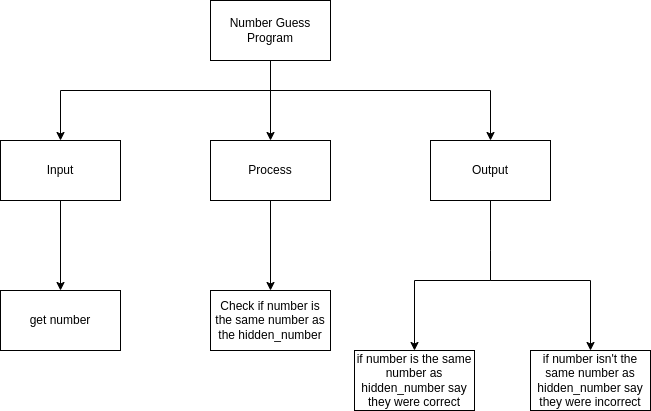
Earlier version of the draw.io export TopDown.png (Ethan-Prieur1/ICS3U-Unit4-04-Python). Source tidied: cells renumbered, new cells last; positions are measured from the earlier drawing's top-left corner, leaving out a move shared by most shapes.
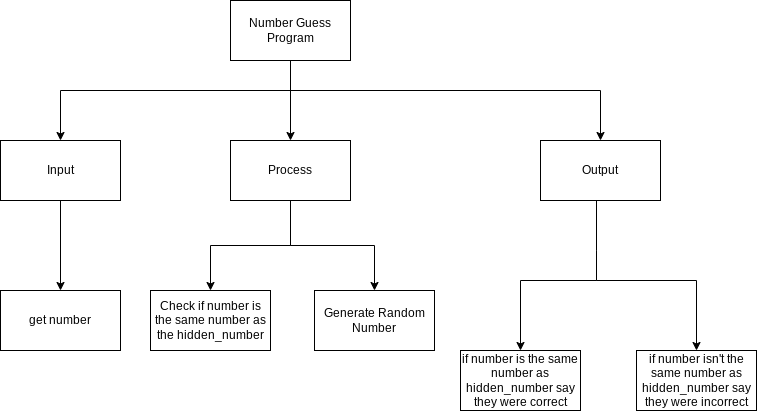
After the change.

The edit, as a diff of the source:
```diff
@@ -11,7 +11,7 @@
       <mxGeometry relative="1" as="geometry">
         <Array as="points">
           <mxPoint x="270" y="90" />
-          <mxPoint x="60" y="90" />
+          <mxPoint x="40" y="90" />
         </Array>
       </mxGeometry>
     </mxCell>
@@ -19,7 +19,7 @@
       <mxGeometry relative="1" as="geometry">
         <Array as="points">
           <mxPoint x="270" y="90" />
-          <mxPoint x="490" y="90" />
+          <mxPoint x="580" y="90" />
         </Array>
       </mxGeometry>
     </mxCell>
@@ -30,55 +30,61 @@
       <mxGeometry relative="1" as="geometry" />
     </mxCell>
     <mxCell id="7" value="Input" style="rounded=0;whiteSpace=wrap;html=1;" parent="1" vertex="1">
-      <mxGeometry y="140" width="120" height="60" as="geometry" />
+      <mxGeometry x="-20" y="140" width="120" height="60" as="geometry" />
     </mxCell>
-    <mxCell id="8" style="edgeStyle=none;html=1;" parent="1" edge="1" source="9" target="12">
+    <mxCell id="8" style="edgeStyle=orthogonalEdgeStyle;html=1;rounded=0;" parent="1" edge="1" source="9" target="12">
       <mxGeometry relative="1" as="geometry" />
     </mxCell>
+    <mxCell id="18" style="edgeStyle=orthogonalEdgeStyle;html=1;exitX=0.5;exitY=1;exitDx=0;exitDy=0;rounded=0;" parent="1" edge="1" source="9" target="19">
+      <mxGeometry relative="1" as="geometry" />
+    </mxCell>
     <mxCell id="9" value="Process" style="rounded=0;whiteSpace=wrap;html=1;" parent="1" vertex="1">
       <mxGeometry x="210" y="140" width="120" height="60" as="geometry" />
     </mxCell>
     <mxCell id="10" value="Output" style="rounded=0;whiteSpace=wrap;html=1;" parent="1" vertex="1">
-      <mxGeometry x="430" y="140" width="120" height="60" as="geometry" />
+      <mxGeometry x="520" y="140" width="120" height="60" as="geometry" />
     </mxCell>
     <mxCell id="11" value="get number" style="rounded=0;whiteSpace=wrap;html=1;" parent="1" vertex="1">
-      <mxGeometry y="290" width="120" height="60" as="geometry" />
+      <mxGeometry x="-20" y="290" width="120" height="60" as="geometry" />
     </mxCell>
     <mxCell id="12" value="Check if number is the same number as the hidden_number" style="rounded=0;whiteSpace=wrap;html=1;" parent="1" vertex="1">
-      <mxGeometry x="210" y="290" width="120" height="60" as="geometry" />
+      <mxGeometry x="130" y="290" width="120" height="60" as="geometry" />
     </mxCell>
     <mxCell id="13" value="if number is the same number as hidden_number say they were correct" style="rounded=0;whiteSpace=wrap;html=1;" parent="1" vertex="1">
-      <mxGeometry x="354" y="350" width="120" height="60" as="geometry" />
+      <mxGeometry x="440" y="350" width="120" height="60" as="geometry" />
     </mxCell>
     <mxCell id="14" value="&lt;span&gt;if number isn't the same number as hidden_number say they were incorrect&lt;/span&gt;" style="rounded=0;whiteSpace=wrap;html=1;" parent="1" vertex="1">
-      <mxGeometry x="530" y="350" width="120" height="60" as="geometry" />
+      <mxGeometry x="616" y="350" width="120" height="60" as="geometry" />
     </mxCell>
     <mxCell id="15" style="edgeStyle=orthogonalEdgeStyle;shape=connector;rounded=0;jumpStyle=line;html=1;labelBackgroundColor=default;fontFamily=Helvetica;fontSize=11;fontColor=default;endArrow=classic;strokeColor=default;entryX=0.5;entryY=0;entryDx=0;entryDy=0;" parent="1" edge="1" target="14">
       <mxGeometry relative="1" as="geometry">
-        <mxPoint x="490" y="250" as="sourcePoint" />
+        <mxPoint x="576" y="250" as="sourcePoint" />
         <Array as="points">
-          <mxPoint x="490" y="280" />
-          <mxPoint x="590" y="280" />
+          <mxPoint x="576" y="280" />
+          <mxPoint x="676" y="280" />
         </Array>
       </mxGeometry>
     </mxCell>
     <mxCell id="16" style="endArrow=none;html=1;rounded=1;labelBackgroundColor=default;fontFamily=Helvetica;fontSize=11;fontColor=default;strokeColor=default;shape=connector;" parent="1" edge="1">
       <mxGeometry relative="1" as="geometry">
-        <mxPoint x="490" y="250" as="sourcePoint" />
-        <mxPoint x="490" y="200" as="targetPoint" />
+        <mxPoint x="576" y="250" as="sourcePoint" />
+        <mxPoint x="576" y="200" as="targetPoint" />
         <Array as="points">
-          <mxPoint x="490" y="200" />
+          <mxPoint x="576" y="200" />
         </Array>
       </mxGeometry>
     </mxCell>
     <mxCell id="17" style="edgeStyle=orthogonalEdgeStyle;shape=connector;rounded=0;jumpStyle=line;html=1;labelBackgroundColor=default;fontFamily=Helvetica;fontSize=11;fontColor=default;endArrow=classic;strokeColor=default;entryX=0.5;entryY=0;entryDx=0;entryDy=0;" parent="1" edge="1" target="13">
       <mxGeometry relative="1" as="geometry">
-        <mxPoint x="490" y="250" as="sourcePoint" />
+        <mxPoint x="576" y="250" as="sourcePoint" />
         <Array as="points">
-          <mxPoint x="490" y="280" />
-          <mxPoint x="414" y="280" />
+          <mxPoint x="576" y="280" />
+          <mxPoint x="500" y="280" />
         </Array>
       </mxGeometry>
     </mxCell>
+    <mxCell id="19" value="Generate Random Number" style="rounded=0;whiteSpace=wrap;html=1;" parent="1" vertex="1">
+      <mxGeometry x="294" y="290" width="120" height="60" as="geometry" />
+    </mxCell>
   </root>
 </mxGraphModel>
```
